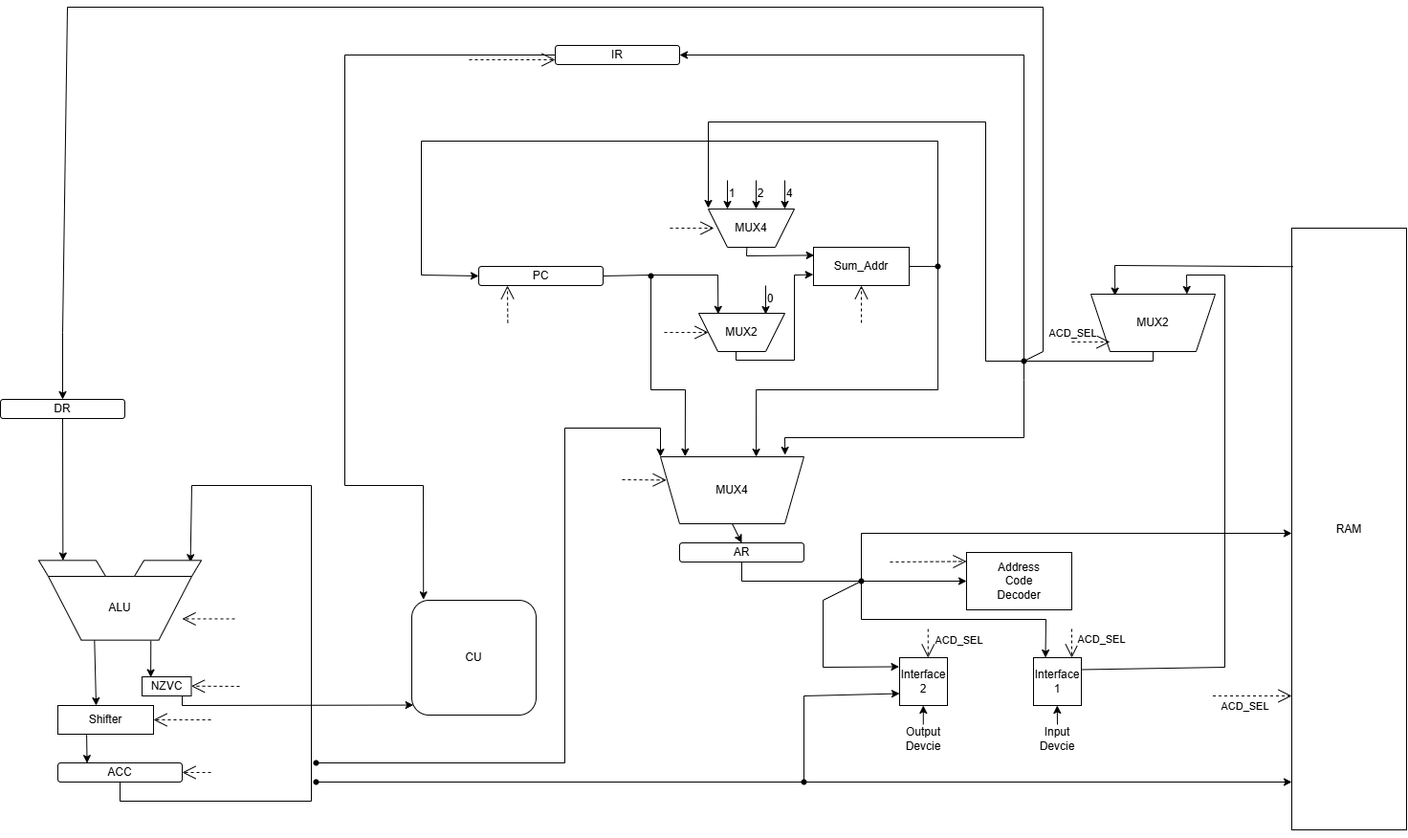
Before: scheme_acc32/scheme_acc32.drawio.png, a diagram exported from draw.io (Dimqi/ITMO). Source tidied: cells renumbered, new cells last; positions are measured from the earlier drawing's top-left corner, leaving out a move shared by most shapes.
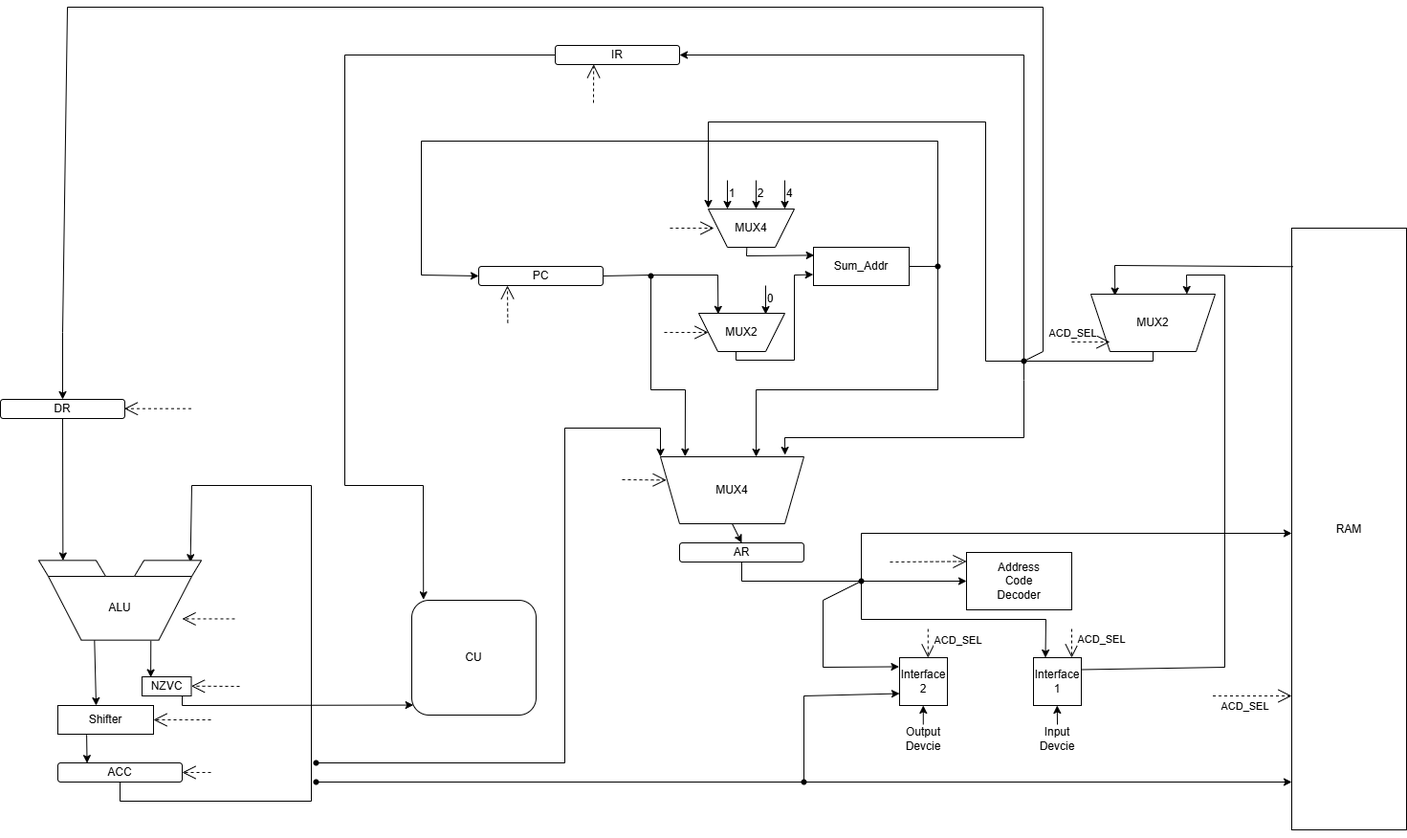
Above is the later version.

Commit message:
another update scheme

Change to the diagram source:
```diff
@@ -68,9 +68,9 @@
         <mxPoint x="220" y="800" as="sourcePoint" />
       </mxGeometry>
     </mxCell>
-    <mxCell id="14" style="endArrow=open;endSize=12;dashed=1;html=1;rounded=0;entryX=0;entryY=0.75;entryDx=0;entryDy=0;" parent="1" edge="1" target="5">
+    <mxCell id="14" style="endArrow=open;endSize=12;dashed=1;html=1;rounded=0;entryX=0.309;entryY=0.993;entryDx=0;entryDy=0;entryPerimeter=0;" parent="1" edge="1" target="5">
       <mxGeometry relative="1" as="geometry">
-        <mxPoint x="490" y="55" as="sourcePoint" />
+        <mxPoint x="620" y="100" as="sourcePoint" />
       </mxGeometry>
     </mxCell>
     <mxCell id="15" style="endArrow=open;endSize=12;dashed=1;html=1;rounded=0;entryX=0.5;entryY=1;entryDx=0;entryDy=0;" parent="1" edge="1">
@@ -155,11 +155,6 @@
     <mxCell id="27" style="shape=waypoint;sketch=0;fillStyle=solid;size=6;fillColor=none;perimeter=centerPerimeter;" parent="1" vertex="1">
       <mxGeometry x="670" y="271" width="20" height="20" as="geometry" />
     </mxCell>
-    <mxCell id="28" style="endArrow=open;endSize=12;dashed=1;html=1;rounded=0;entryX=0.5;entryY=1;entryDx=0;entryDy=0;" parent="1" edge="1" target="24">
-      <mxGeometry relative="1" as="geometry">
-        <mxPoint x="900" y="330" as="sourcePoint" />
-      </mxGeometry>
-    </mxCell>
     <mxCell id="29" style="shape=waypoint;sketch=0;fillStyle=solid;size=6;fillColor=none;perimeter=centerPerimeter;" parent="1" vertex="1">
       <mxGeometry x="970" y="261" width="20" height="20" as="geometry" />
     </mxCell>
@@ -475,5 +470,11 @@
         <mxPoint x="740" y="340" as="targetPoint" />
       </mxGeometry>
     </mxCell>
+    <mxCell id="97" style="endArrow=open;endSize=12;dashed=1;html=1;rounded=0;entryX=1;entryY=0.25;entryDx=0;entryDy=0;" parent="1" edge="1">
+      <mxGeometry relative="1" as="geometry">
+        <mxPoint x="199.5" y="419.7" as="sourcePoint" />
+        <mxPoint x="129.5" y="419.7" as="targetPoint" />
+      </mxGeometry>
+    </mxCell>
   </root>
 </mxGraphModel>
```
